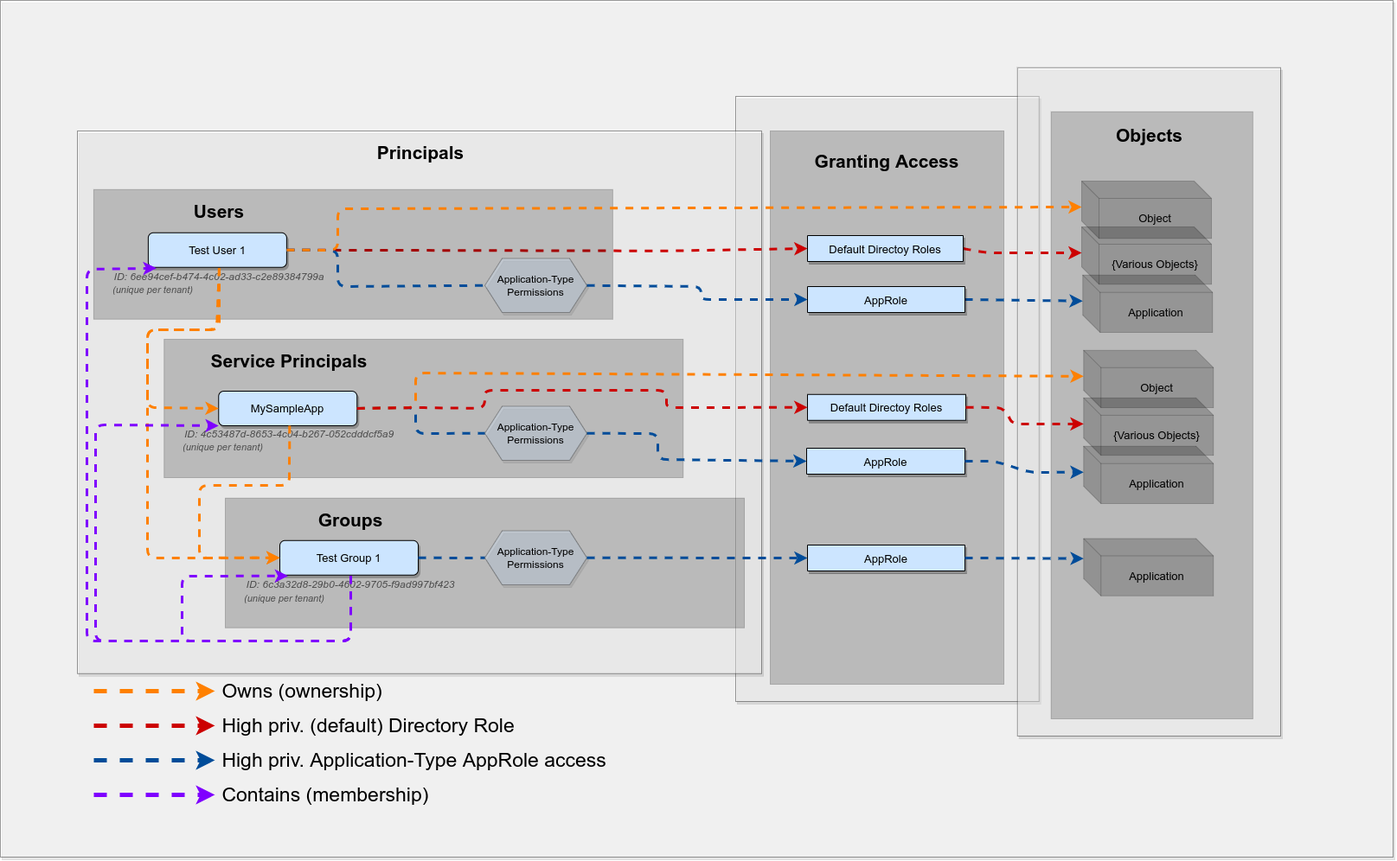
Above: public/img/2022-11-10-Untangling-Azure-II-Privileged-Access/Azure_AD_high_privileged_access_map.png in csandker/csandker.github.io (draw.io), before the change. Source tidied: cells renumbered, new cells last; positions are measured from the earlier drawing's top-left corner, leaving out a move shared by most shapes.
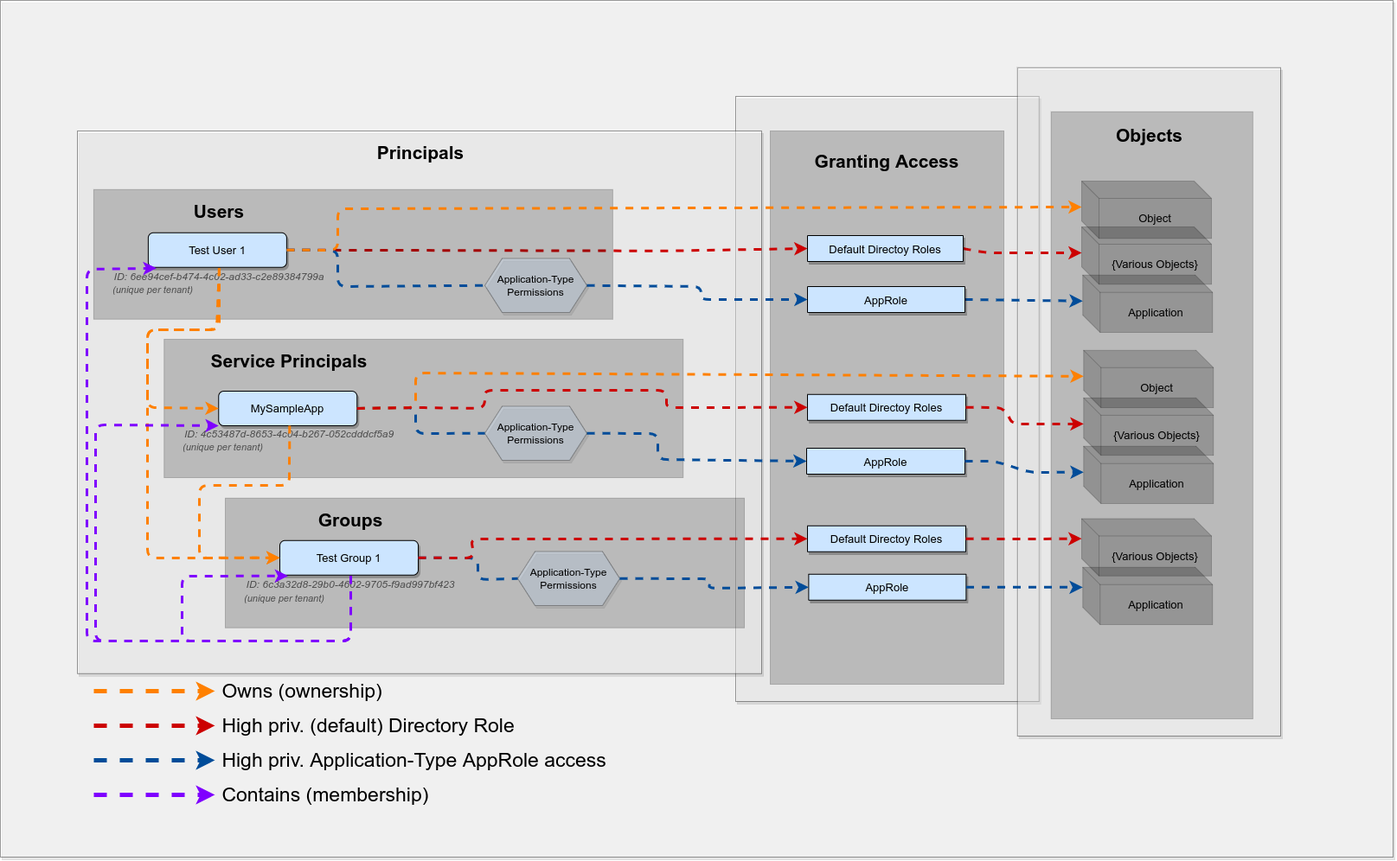
The same file after the commit.

Diff of the diagram source:
```diff
@@ -111,7 +111,8 @@
     <mxCell id="31" style="endArrow=none;html=1;rounded=1;fontSize=13;fontColor=#000000;dashed=1;jumpStyle=none;exitX=1;exitY=0.5;exitDx=0;exitDy=0;entryX=0;entryY=0.5;entryDx=0;entryDy=0;strokeColor=#004C99;endFill=0;strokeWidth=3;" parent="1" edge="1" source="27" target="33">
       <mxGeometry relative="1" as="geometry">
         <Array as="points">
-          <mxPoint x="540" y="645" />
+          <mxPoint x="552" y="645" />
+          <mxPoint x="552" y="670" />
         </Array>
       </mxGeometry>
     </mxCell>
@@ -124,7 +125,7 @@
       </mxGeometry>
     </mxCell>
     <mxCell id="33" value="Application-Type Permissions" style="shape=hexagon;perimeter=hexagonPerimeter2;whiteSpace=wrap;html=1;fixedSize=1;shadow=1;fontSize=12;fontColor=#000000;strokeColor=default;fillColor=#CCE5FF;opacity=30;rotation=0;" parent="1" vertex="1">
-      <mxGeometry x="560" y="613.5" width="118" height="62.5" as="geometry" />
+      <mxGeometry x="598" y="637.5" width="118" height="62.5" as="geometry" />
     </mxCell>
     <mxCell id="34" value="AppRole" style="swimlane;fontStyle=0;horizontal=1;startSize=30;fontSize=13;shadow=1;fillColor=#CCE5FF;" parent="1" vertex="1" collapsed="1">
       <mxGeometry x="932" y="518" width="183" height="30" as="geometry" />
@@ -231,16 +232,21 @@
       <mxGeometry x="1252.2" y="404.8" width="150" height="66.3" as="geometry" />
     </mxCell>
     <mxCell id="52" value="AppRole" style="swimlane;fontStyle=0;horizontal=1;startSize=30;fontSize=13;shadow=1;fillColor=#CCE5FF;" parent="1" vertex="1" collapsed="1">
-      <mxGeometry x="933" y="630" width="182" height="30" as="geometry" />
+      <mxGeometry x="934.4" y="663.8" width="182" height="30" as="geometry" />
     </mxCell>
     <mxCell id="53" style="endArrow=classic;html=1;rounded=1;fontSize=13;fontColor=#000000;dashed=1;jumpStyle=none;exitX=1;exitY=0.5;exitDx=0;exitDy=0;entryX=0;entryY=0.5;entryDx=0;entryDy=0;strokeWidth=3;strokeColor=#004C99;" parent="1" edge="1" source="33" target="52">
-      <mxGeometry relative="1" as="geometry" />
+      <mxGeometry relative="1" as="geometry">
+        <Array as="points">
+          <mxPoint x="821" y="669" />
+          <mxPoint x="819" y="680" />
+        </Array>
+      </mxGeometry>
     </mxCell>
     <mxCell id="54" style="endArrow=classic;html=1;rounded=1;fontSize=13;fontColor=#000000;dashed=1;jumpStyle=none;exitX=1;exitY=0.5;exitDx=0;exitDy=0;strokeWidth=3;strokeColor=#004C99;entryX=0;entryY=0;entryDx=0;entryDy=23.134999999999998;entryPerimeter=0;" parent="1" edge="1" source="52" target="55">
       <mxGeometry relative="1" as="geometry" />
     </mxCell>
     <mxCell id="55" value="Application" style="shape=cube;whiteSpace=wrap;html=1;boundedLbl=1;backgroundOutline=1;darkOpacity=0.05;darkOpacity2=0.1;fontSize=13;fontColor=#000000;fillColor=#000000;opacity=20;" parent="1" vertex="1">
-      <mxGeometry x="1252.2" y="622.5" width="150" height="66.3" as="geometry" />
+      <mxGeometry x="1251.2" y="655.8" width="150" height="66.3" as="geometry" />
     </mxCell>
     <mxCell id="56" style="endArrow=classic;html=1;rounded=1;fontSize=13;fontColor=#000000;dashed=1;jumpStyle=none;exitX=0.5;exitY=0;exitDx=0;exitDy=0;strokeColor=#7F00FF;endFill=1;strokeWidth=3;entryX=0;entryY=1;entryDx=0;entryDy=0;" parent="1" edge="1" source="28" target="9">
       <mxGeometry relative="1" as="geometry">
@@ -326,5 +332,29 @@
     <mxCell id="70" value="&amp;nbsp;Contains (membership)" style="text;strokeColor=none;fillColor=none;html=1;fontSize=23;fontStyle=0;verticalAlign=middle;align=left;shadow=1;fontColor=#000000;opacity=20;" parent="1" vertex="1">
       <mxGeometry x="247.9" y="899" width="302.1" height="40" as="geometry" />
     </mxCell>
+    <mxCell id="71" style="group;" parent="1" vertex="1">
+      <mxGeometry x="933" y="607.8" width="244" height="120" as="geometry" />
+    </mxCell>
+    <mxCell id="72" value="Default Directoy Roles" style="swimlane;fontStyle=0;horizontal=1;startSize=30;fontSize=13;shadow=1;fillColor=#CCE5FF;" parent="71" vertex="1" collapsed="1">
+      <mxGeometry width="183" height="30" as="geometry" />
+    </mxCell>
+    <mxCell id="73" value="{Various Objects}" style="shape=cube;whiteSpace=wrap;html=1;boundedLbl=1;backgroundOutline=1;darkOpacity=0.05;darkOpacity2=0.1;fontSize=13;fontColor=#000000;fillColor=#000000;opacity=20;" parent="1" vertex="1">
+      <mxGeometry x="1250" y="599.5" width="150" height="66.3" as="geometry" />
+    </mxCell>
+    <mxCell id="74" style="endArrow=classic;html=1;rounded=1;fontSize=13;fontColor=#000000;dashed=1;jumpStyle=none;entryX=0;entryY=0;entryDx=0;entryDy=23.134999999999998;strokeColor=#CC0000;strokeWidth=3;exitX=1;exitY=0.5;exitDx=0;exitDy=0;entryPerimeter=0;" parent="1" edge="1" source="72" target="73">
+      <mxGeometry relative="1" as="geometry">
+        <Array as="points">
+          <mxPoint x="1185" y="623" />
+        </Array>
+      </mxGeometry>
+    </mxCell>
+    <mxCell id="75" style="endArrow=classic;html=1;rounded=1;fontSize=13;fontColor=#000000;dashed=1;jumpStyle=none;entryX=0;entryY=0.5;entryDx=0;entryDy=0;strokeColor=#CC0000;strokeWidth=3;exitX=1;exitY=0.5;exitDx=0;exitDy=0;" parent="1" edge="1" source="27" target="72">
+      <mxGeometry relative="1" as="geometry">
+        <Array as="points">
+          <mxPoint x="548" y="645" />
+          <mxPoint x="544" y="623" />
+        </Array>
+      </mxGeometry>
+    </mxCell>
   </root>
 </mxGraphModel>
```
